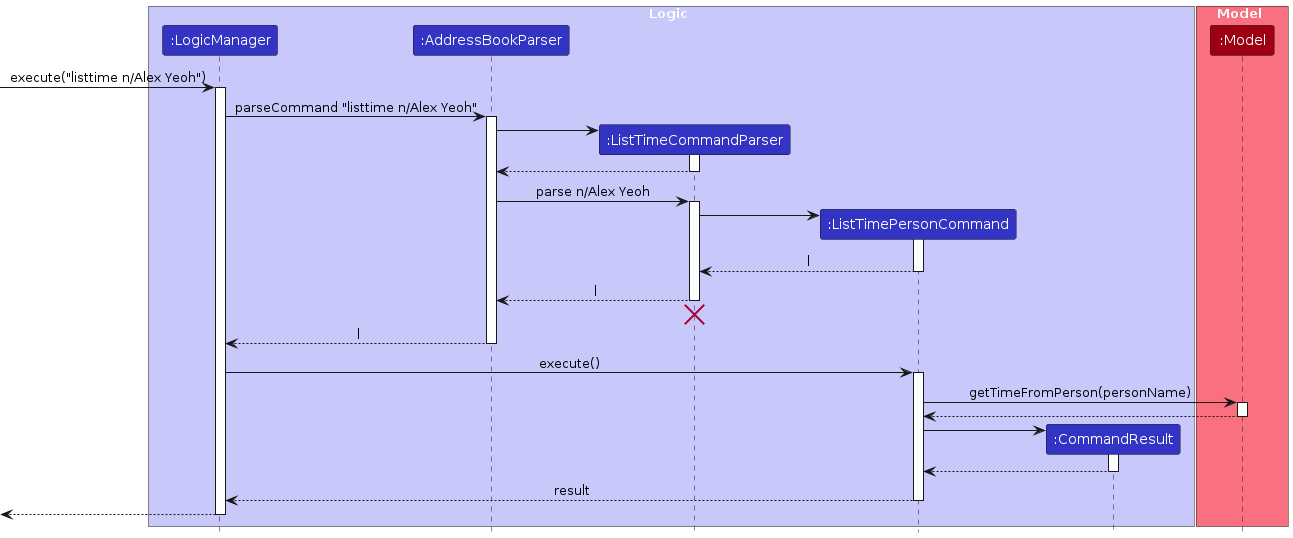
Before: diagrams/ListTimePersonSequenceDiagram.png, a diagram exported from PlantUML (AY2324S1-CS2103T-T10-3/tp). Its source is kept beside it as diagrams/ListTimePersonSequenceDiagram.puml.
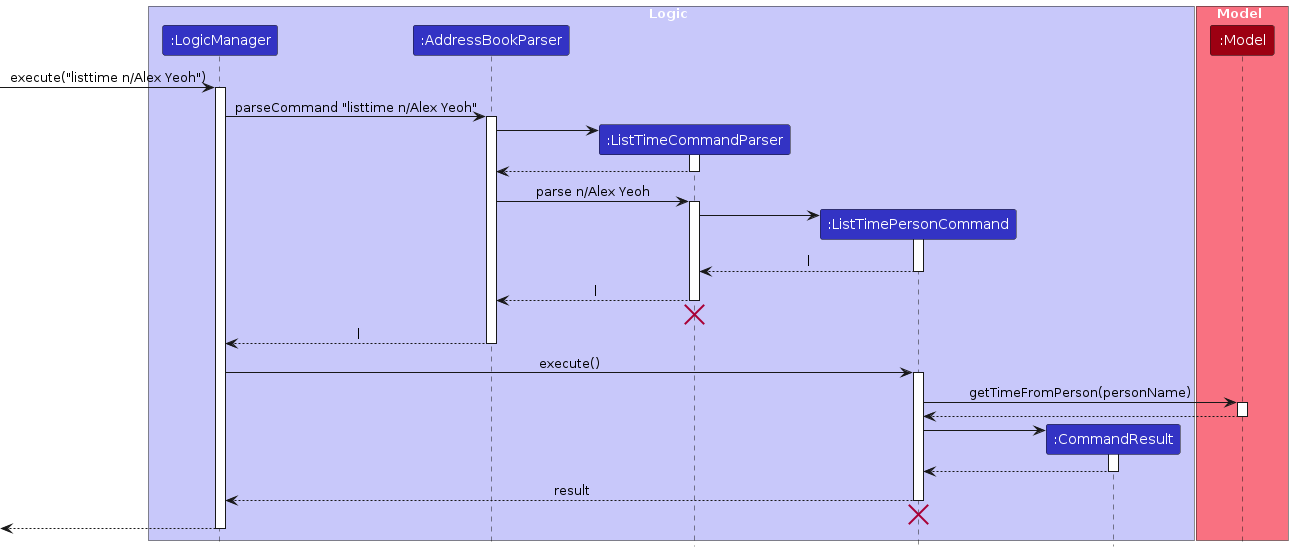
Above is the later version.

Change to the diagram source:
```diff
@@ -65,6 +65,9 @@
 ListTimePersonCommand --> LogicManager: result
 deactivate ListTimePersonCommand
 
+ListTimePersonCommand -[hidden]->AddressBookParser
+destroy ListTimePersonCommand
+
 [<-- LogicManager
 deactivate LogicManager
 
```
